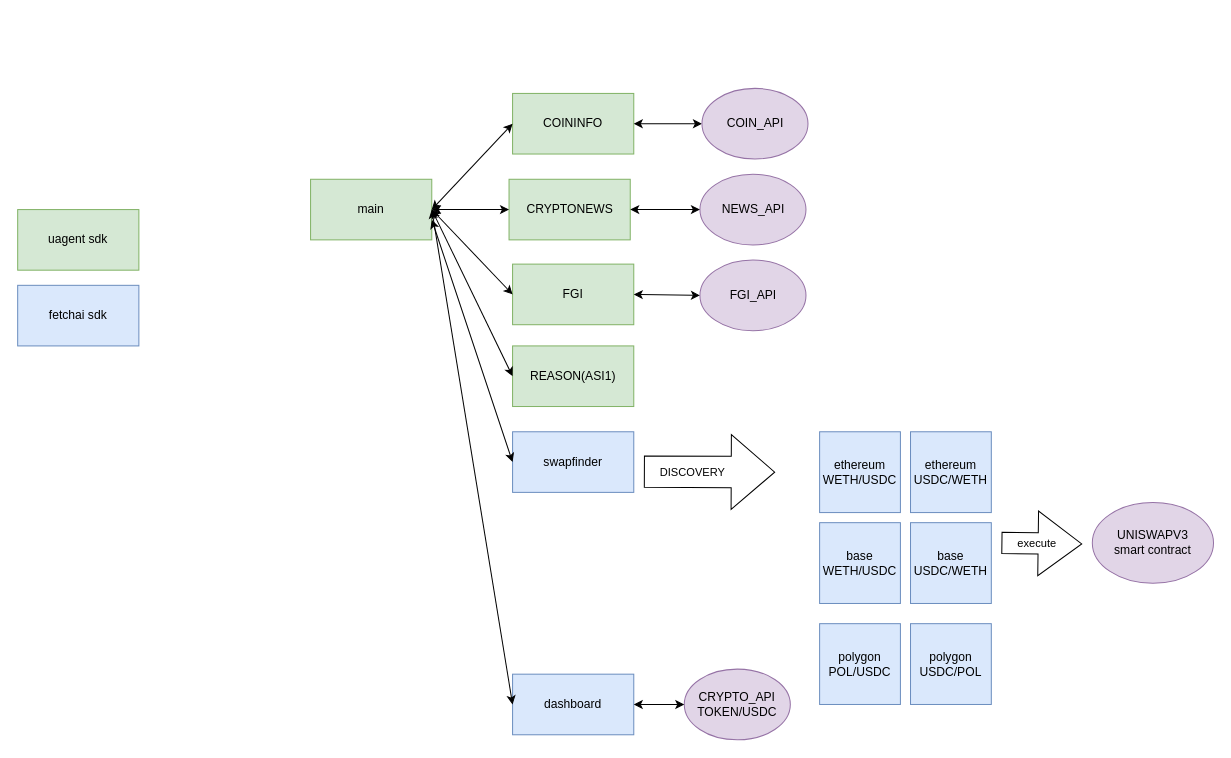
Before: cryptoreason/agentverse.drawio.crswap.drawio in abhivir-42/fetch-hack, a draw.io diagram. Source tidied: cells renumbered, new cells numbered last; positions are measured from the earlier drawing's top-left corner, leaving out a move shared by most shapes. Both pictures are drawn from the tidied source at 101%, with x=0, y=0 at pixel (17, 88).
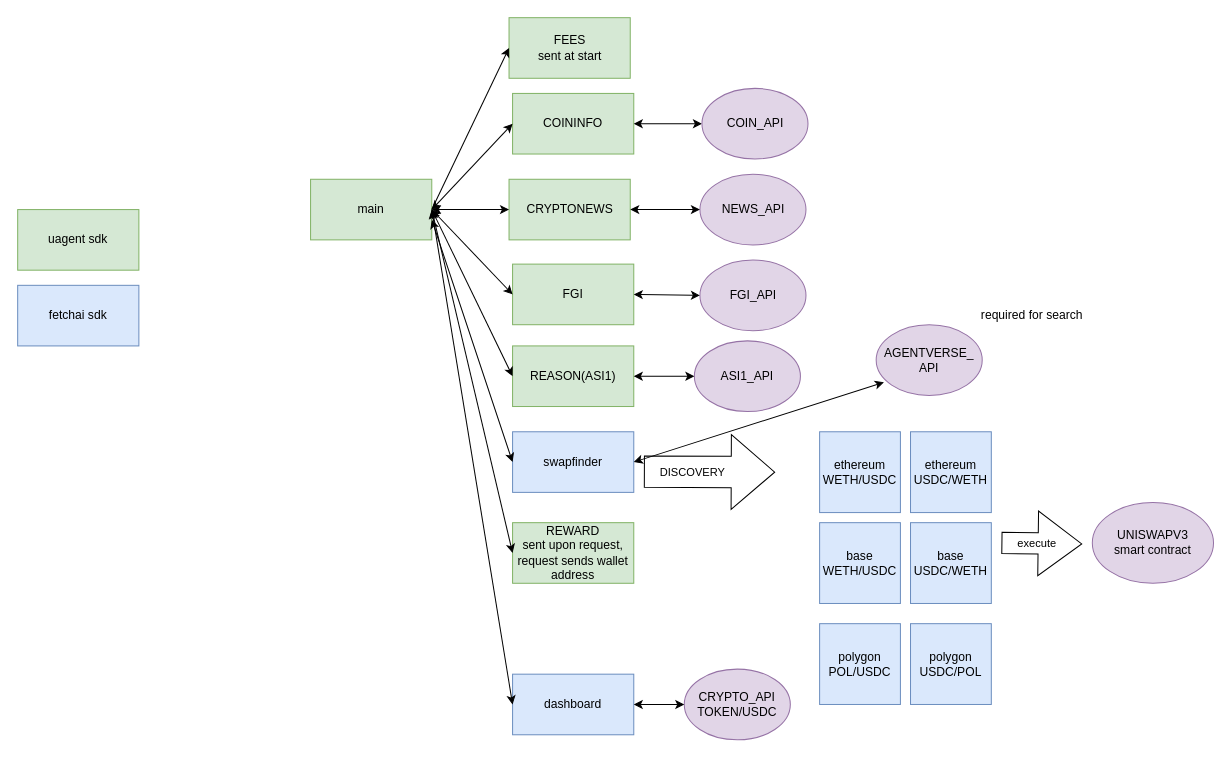
The same diagram, later.

Unchanged cells that the change refers to:
```xml
<mxCell id="2" value="main" style="rounded=0;whiteSpace=wrap;html=1;fillColor=#d5e8d4;strokeColor=#82b366;" parent="1" vertex="1">
  <mxGeometry x="290" y="90" width="120" height="60" as="geometry" />
</mxCell>
<mxCell id="5" value="swapfinder" style="rounded=0;whiteSpace=wrap;html=1;fillColor=#dae8fc;strokeColor=#6c8ebf;" parent="1" vertex="1">
  <mxGeometry x="490" y="340" width="120" height="60" as="geometry" />
</mxCell>
<mxCell id="6" value="REASON(ASI1)" style="rounded=0;whiteSpace=wrap;html=1;fillColor=#d5e8d4;strokeColor=#82b366;" parent="1" vertex="1">
  <mxGeometry x="490" y="255" width="120" height="60" as="geometry" />
</mxCell>
```

Diff of the diagram source:
```diff
@@
+    <mxCell id="36" value="FEES&lt;div&gt;sent at start&lt;/div&gt;" style="rounded=0;whiteSpace=wrap;html=1;fillColor=#d5e8d4;strokeColor=#82b366;" parent="1" vertex="1">
+      <mxGeometry x="486.5" y="-70" width="120" height="60" as="geometry" />
+    </mxCell>
+    <mxCell id="37" value="REWARD&lt;div&gt;sent upon request, request sends wallet address&lt;/div&gt;" style="rounded=0;whiteSpace=wrap;html=1;fillColor=#d5e8d4;strokeColor=#82b366;" parent="1" vertex="1">
+      <mxGeometry x="490" y="430" width="120" height="60" as="geometry" />
+    </mxCell>
+    <mxCell id="38" style="endArrow=classic;html=1;rounded=0;entryX=0;entryY=0.5;entryDx=0;entryDy=0;" parent="1" edge="1" target="36">
+      <mxGeometry relative="1" as="geometry">
+        <mxPoint x="410" y="120" as="sourcePoint" />
+      </mxGeometry>
+    </mxCell>
+    <mxCell id="39" style="endArrow=classic;startArrow=classic;html=1;rounded=0;entryX=1;entryY=0.5;entryDx=0;entryDy=0;exitX=0;exitY=0.5;exitDx=0;exitDy=0;" parent="1" edge="1" source="37" target="2">
+      <mxGeometry relative="1" as="geometry" />
+    </mxCell>
+    <mxCell id="40" value="ASI1_API" style="ellipse;whiteSpace=wrap;html=1;fillColor=#e1d5e7;strokeColor=#9673a6;" parent="1" vertex="1">
+      <mxGeometry x="670" y="250" width="105" height="70" as="geometry" />
+    </mxCell>
+    <mxCell id="41" style="endArrow=classic;startArrow=classic;html=1;rounded=0;exitX=1;exitY=0.5;exitDx=0;exitDy=0;entryX=0;entryY=0.5;entryDx=0;entryDy=0;" parent="1" edge="1" source="6" target="40">
+      <mxGeometry relative="1" as="geometry" />
+    </mxCell>
+    <mxCell id="42" value="AGENTVERSE_&lt;div&gt;API&lt;/div&gt;" style="ellipse;whiteSpace=wrap;html=1;fillColor=#e1d5e7;strokeColor=#9673a6;" parent="1" vertex="1">
+      <mxGeometry x="850" y="234" width="105" height="70" as="geometry" />
+    </mxCell>
+    <mxCell id="43" style="endArrow=classic;startArrow=classic;html=1;rounded=0;exitX=1;exitY=0.5;exitDx=0;exitDy=0;entryX=0.073;entryY=0.814;entryDx=0;entryDy=0;entryPerimeter=0;" parent="1" edge="1" source="5" target="42">
+      <mxGeometry relative="1" as="geometry" />
+    </mxCell>
+    <mxCell id="44" value="required for search" style="text;html=1;align=center;verticalAlign=middle;strokeColor=none;fillColor=none;" parent="1" vertex="1">
+      <mxGeometry x="944" y="210" width="120" height="30" as="geometry" />
+    </mxCell>
```
